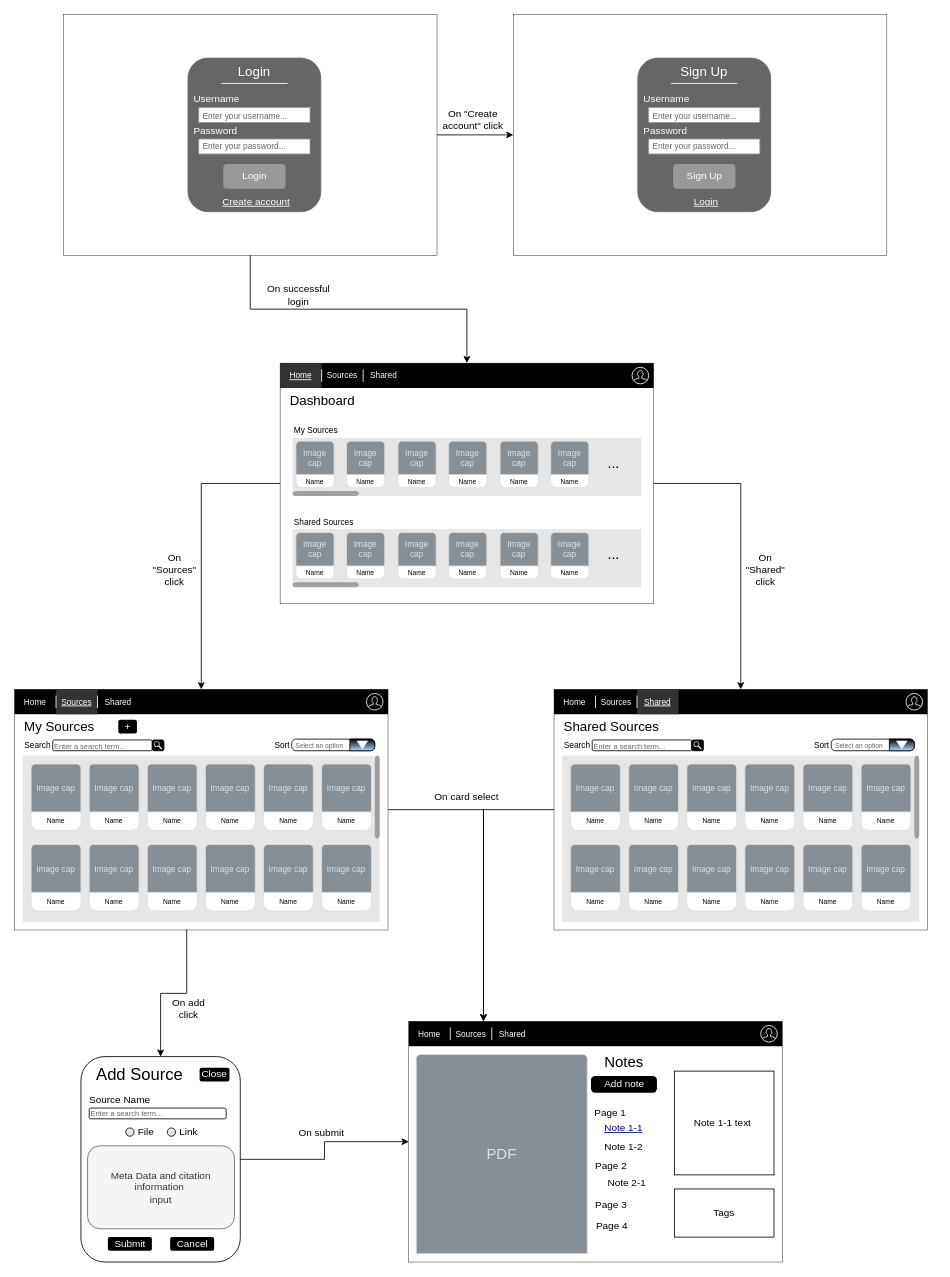
StevenKight/CS4982-Group-2 keeps this draw.io diagram as Documentation/Wireframes/Wireframes.drawio. Above is the earlier version. Source tidied: cells renumbered, new cells numbered last; positions are measured from the earlier drawing's top-left corner, leaving out a move shared by most shapes. Both pictures are drawn from the tidied source at 83%, with x=0, y=0 at pixel (14, 14).
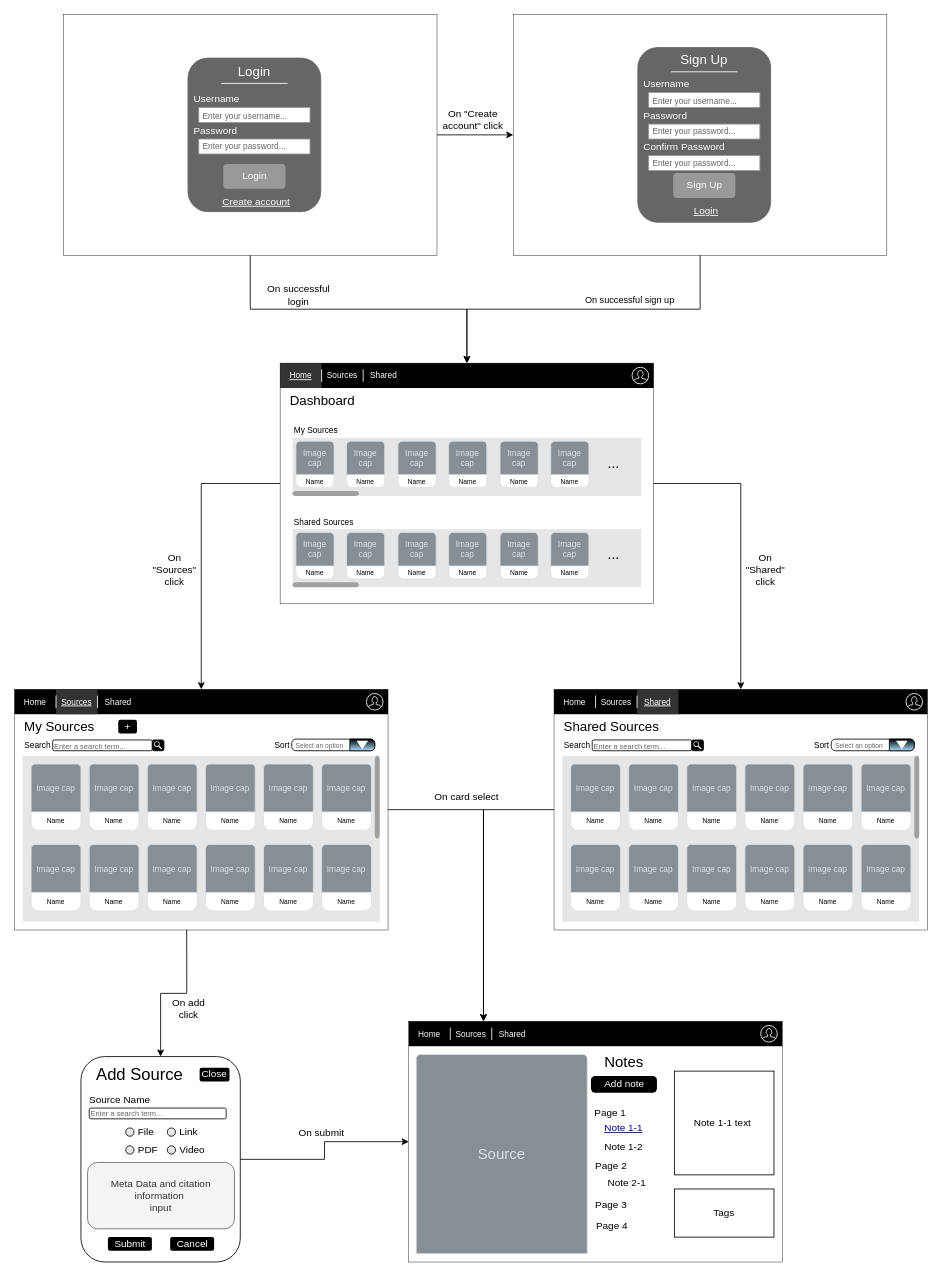
The same page after the edit.

Unchanged cells that the change refers to:
```xml
<mxCell id="49" style="rounded=0;whiteSpace=wrap;html=1;strokeColor=none;fillColor=#000000;" parent="48" vertex="1">
  <mxGeometry width="450" height="30" as="geometry" />
</mxCell>
<mxCell id="201" style="rounded=0;whiteSpace=wrap;html=1;strokeWidth=0.5;" parent="1" vertex="1">
  <mxGeometry x="601" width="450" height="290" as="geometry" />
</mxCell>
```

What changed in the source:
```diff
@@
-    <mxCell id="182" value="PDF" style="html=1;shadow=0;dashed=0;shape=mxgraph.bootstrap.topButton;rSize=5;perimeter=none;whiteSpace=wrap;fillColor=#868E96;strokeColor=#DFDFDF;fontColor=#DEE2E6;fontSize=18;" parent="1" vertex="1">
+    <mxCell id="182" value="Source" style="html=1;shadow=0;dashed=0;shape=mxgraph.bootstrap.topButton;rSize=5;perimeter=none;whiteSpace=wrap;fillColor=#868E96;strokeColor=#DFDFDF;fontColor=#DEE2E6;fontSize=18;" parent="1" vertex="1">
       <mxGeometry x="484" y="1253" width="206" height="240" as="geometry" />
     </mxCell>
@@
     <mxCell id="202" style="rounded=1;whiteSpace=wrap;html=1;fontColor=#333333;fillColor=#666666;strokeColor=#666666;" parent="1" vertex="1">
-      <mxGeometry x="751" y="52.5" width="160" height="185" as="geometry" />
+      <mxGeometry x="751" y="39.8" width="160" height="210.5" as="geometry" />
     </mxCell>
     <mxCell id="203" value="Sign Up" style="text;html=1;strokeColor=none;fillColor=none;align=center;verticalAlign=middle;whiteSpace=wrap;rounded=0;fontSize=16;fontColor=#FFFFFF;" parent="1" vertex="1">
-      <mxGeometry x="751" y="53" width="160" height="30" as="geometry" />
+      <mxGeometry x="751" y="39" width="160" height="30" as="geometry" />
     </mxCell>
@@
     <mxCell id="205" value="Enter your password..." style="strokeWidth=1;shadow=0;dashed=0;align=center;html=1;shape=mxgraph.mockup.forms.pwField;strokeColor=#999999;mainText=;align=left;fontColor=#666666;fontSize=10;spacingLeft=3;verticalAlign=middle;" parent="1" vertex="1">
-      <mxGeometry x="764" y="150" width="134" height="18" as="geometry" />
+      <mxGeometry x="764" y="132" width="134" height="18" as="geometry" />
     </mxCell>
     <mxCell id="206" value="Password" style="text;html=1;strokeColor=none;fillColor=none;align=left;verticalAlign=middle;whiteSpace=wrap;rounded=0;fontSize=12;fontColor=#FFFFFF;spacingLeft=5;" parent="1" vertex="1">
-      <mxGeometry x="751" y="130" width="160" height="20" as="geometry" />
+      <mxGeometry x="751" y="112" width="160" height="20" as="geometry" />
     </mxCell>
     <mxCell id="207" value="&lt;font style=&quot;font-size: 10px;&quot;&gt;Enter your username...&lt;/font&gt;" style="strokeWidth=1;shadow=0;dashed=0;align=center;html=1;shape=mxgraph.mockup.forms.pwField;strokeColor=#999999;mainText=;align=left;fontColor=#666666;fontSize=17;spacingLeft=3;verticalAlign=middle;" parent="1" vertex="1">
-      <mxGeometry x="764" y="112" width="134" height="18" as="geometry" />
+      <mxGeometry x="764" y="94" width="134" height="18" as="geometry" />
     </mxCell>
     <mxCell id="208" value="Username" style="text;html=1;strokeColor=none;fillColor=none;align=left;verticalAlign=middle;whiteSpace=wrap;rounded=0;fontSize=12;fontColor=#FFFFFF;spacingLeft=5;" parent="1" vertex="1">
-      <mxGeometry x="751" y="92" width="160" height="20" as="geometry" />
+      <mxGeometry x="751" y="74" width="160" height="20" as="geometry" />
     </mxCell>
     <mxCell id="209" value="Sign Up" style="rounded=1;whiteSpace=wrap;html=1;strokeColor=none;fillColor=#999999;fontColor=#FFFFFF;" parent="1" vertex="1">
-      <mxGeometry x="793.5" y="180" width="75" height="30" as="geometry" />
+      <mxGeometry x="793.5" y="191" width="75" height="30" as="geometry" />
     </mxCell>
     <mxCell id="210" value="&lt;u&gt;Login&lt;/u&gt;" style="text;html=1;strokeColor=none;fillColor=none;align=center;verticalAlign=middle;whiteSpace=wrap;rounded=0;fontSize=12;fontColor=#FFFFFF;spacingLeft=5;spacingBottom=4;" parent="1" vertex="1">
-      <mxGeometry x="751" y="217.5" width="160" height="20" as="geometry" />
+      <mxGeometry x="751" y="228.5" width="160" height="20" as="geometry" />
     </mxCell>
@@
     <mxCell id="227" value="Meta Data and citation information&amp;nbsp;&lt;br&gt;input" style="rounded=1;whiteSpace=wrap;html=1;fillColor=#f5f5f5;fontColor=#333333;strokeColor=#666666;" parent="1" vertex="1">
-      <mxGeometry x="88" y="1363" width="177" height="100" as="geometry" />
+      <mxGeometry x="88" y="1383" width="177" height="80" as="geometry" />
     </mxCell>
@@
+    <mxCell id="232" value="Enter your password..." style="strokeWidth=1;shadow=0;dashed=0;align=center;html=1;shape=mxgraph.mockup.forms.pwField;strokeColor=#999999;mainText=;align=left;fontColor=#666666;fontSize=10;spacingLeft=3;verticalAlign=middle;" parent="1" vertex="1">
+      <mxGeometry x="764" y="170" width="134" height="18" as="geometry" />
+    </mxCell>
+    <mxCell id="233" value="Confirm Password" style="text;html=1;strokeColor=none;fillColor=none;align=left;verticalAlign=middle;whiteSpace=wrap;rounded=0;fontSize=12;fontColor=#FFFFFF;spacingLeft=5;" parent="1" vertex="1">
+      <mxGeometry x="751" y="150" width="160" height="20" as="geometry" />
+    </mxCell>
+    <mxCell id="234" style="endArrow=classic;html=1;rounded=0;exitX=0.5;exitY=1;exitDx=0;exitDy=0;entryX=0.5;entryY=0;entryDx=0;entryDy=0;edgeStyle=orthogonalEdgeStyle;" parent="1" edge="1" source="201" target="49">
+      <mxGeometry relative="1" as="geometry" />
+    </mxCell>
+    <mxCell id="235" value="On successful sign up" style="edgeLabel;html=1;align=center;verticalAlign=middle;" parent="234" vertex="1">
+      <mxGeometry x="-0.25" y="-3" relative="1" as="geometry">
+        <mxPoint x="3" y="-9" as="offset" />
+      </mxGeometry>
+    </mxCell>
+    <mxCell id="236" value="PDF" style="html=1;shadow=0;dashed=0;shape=mxgraph.bootstrap.radioButton2;labelPosition=right;verticalLabelPosition=middle;align=left;verticalAlign=middle;gradientColor=#DEDEDE;fillColor=#EDEDED;checked=0;spacing=5;checkedFill=#0085FC;checkedStroke=#ffffff;" parent="1" vertex="1">
+      <mxGeometry x="134" y="1363" width="10" height="10" as="geometry" />
+    </mxCell>
+    <mxCell id="237" value="Video" style="html=1;shadow=0;dashed=0;shape=mxgraph.bootstrap.radioButton2;labelPosition=right;verticalLabelPosition=middle;align=left;verticalAlign=middle;gradientColor=#DEDEDE;fillColor=#EDEDED;checked=0;spacing=5;checkedFill=#0085FC;checkedStroke=#ffffff;" parent="1" vertex="1">
+      <mxGeometry x="184" y="1363" width="10" height="10" as="geometry" />
+    </mxCell>
```
